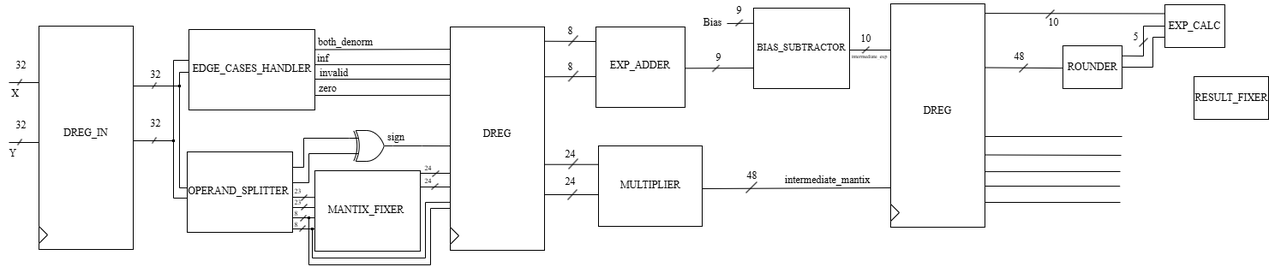
The draw.io diagram Full architecture.png in altomarigiulio/IEEE-754-Multiplier-Project, before a commit. Source tidied: cells renumbered, new cells last; positions are measured from the earlier drawing's top-left corner, leaving out a move shared by most shapes.
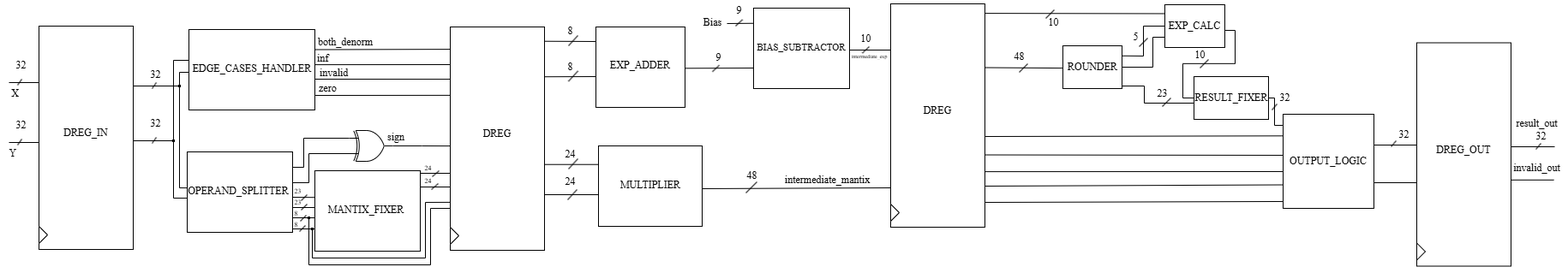
The same diagram one commit later.

What changed in the source:
```diff
@@ -526,34 +526,29 @@
     <mxCell id="117" value="&lt;font style=&quot;font-size: 6px;&quot; face=&quot;Latin Modern Roman&quot;&gt;intermediate_exp&lt;/font&gt;" style="text;html=1;align=center;verticalAlign=middle;strokeColor=none;fillColor=none;" parent="1" vertex="1">
       <mxGeometry x="979" y="50" width="70" height="30" as="geometry" />
     </mxCell>
-    <mxCell id="118" style="endArrow=none;html=1;rounded=0;exitX=1;exitY=0.25;exitDx=0;exitDy=0;" parent="1" edge="1">
+    <mxCell id="118" style="endArrow=none;html=1;rounded=0;exitX=1;exitY=0.25;exitDx=0;exitDy=0;entryX=0;entryY=0.436;entryDx=0;entryDy=0;entryPerimeter=0;" parent="1" edge="1" target="149">
       <mxGeometry relative="1" as="geometry">
         <mxPoint x="1149" y="181.5" as="sourcePoint" />
-        <mxPoint x="1308" y="182" as="targetPoint" />
       </mxGeometry>
     </mxCell>
-    <mxCell id="119" style="endArrow=none;html=1;rounded=0;entryX=0;entryY=0.149;entryDx=0;entryDy=0;entryPerimeter=0;" parent="1" edge="1">
+    <mxCell id="119" style="endArrow=none;html=1;rounded=0;entryX=0;entryY=0.609;entryDx=0;entryDy=0;entryPerimeter=0;" parent="1" edge="1" target="149">
       <mxGeometry relative="1" as="geometry">
         <mxPoint x="1149" y="201.1" as="sourcePoint" />
-        <mxPoint x="1307" y="201" as="targetPoint" />
       </mxGeometry>
     </mxCell>
-    <mxCell id="120" style="endArrow=none;html=1;rounded=0;entryX=-0.003;entryY=0.306;entryDx=0;entryDy=0;entryPerimeter=0;" parent="1" edge="1">
+    <mxCell id="120" style="endArrow=none;html=1;rounded=0;entryX=0;entryY=0.927;entryDx=0;entryDy=0;entryPerimeter=0;" parent="1" edge="1" target="149">
       <mxGeometry relative="1" as="geometry">
         <mxPoint x="1149" y="237" as="sourcePoint" />
-        <mxPoint x="1307" y="237" as="targetPoint" />
       </mxGeometry>
     </mxCell>
-    <mxCell id="121" style="endArrow=none;html=1;rounded=0;entryX=-0.003;entryY=0.211;entryDx=0;entryDy=0;entryPerimeter=0;" parent="1" edge="1">
+    <mxCell id="121" style="endArrow=none;html=1;rounded=0;entryX=0;entryY=0.75;entryDx=0;entryDy=0;" parent="1" edge="1" target="149">
       <mxGeometry relative="1" as="geometry">
         <mxPoint x="1149" y="218" as="sourcePoint" />
-        <mxPoint x="1306.7" y="218.1" as="targetPoint" />
       </mxGeometry>
     </mxCell>
-    <mxCell id="122" style="endArrow=none;html=1;rounded=0;exitX=1;exitY=0.25;exitDx=0;exitDy=0;" parent="1" edge="1">
+    <mxCell id="122" style="endArrow=none;html=1;rounded=0;exitX=1;exitY=0.25;exitDx=0;exitDy=0;entryX=0.003;entryY=0.23;entryDx=0;entryDy=0;entryPerimeter=0;" parent="1" edge="1" target="149">
       <mxGeometry relative="1" as="geometry">
         <mxPoint x="1149" y="160" as="sourcePoint" />
-        <mxPoint x="1309" y="160" as="targetPoint" />
       </mxGeometry>
     </mxCell>
     <mxCell id="123" style="endArrow=none;html=1;rounded=0;exitX=1;exitY=0.25;exitDx=0;exitDy=0;entryX=-0.006;entryY=0.522;entryDx=0;entryDy=0;entryPerimeter=0;" parent="1" edge="1" target="126">
@@ -628,5 +623,152 @@
     <mxCell id="138" value="&lt;font face=&quot;Latin Modern Roman&quot;&gt;RESULT_FIXER&lt;/font&gt;" style="text;html=1;align=center;verticalAlign=middle;whiteSpace=wrap;rounded=0;" parent="1" vertex="1">
       <mxGeometry x="1406.5" y="100" width="60" height="30" as="geometry" />
     </mxCell>
+    <mxCell id="139" style="endArrow=none;html=1;rounded=0;entryX=0.002;entryY=0.62;entryDx=0;entryDy=0;entryPerimeter=0;" parent="1" edge="1" target="137">
+      <mxGeometry relative="1" as="geometry">
+        <mxPoint x="1309" y="101" as="sourcePoint" />
+        <Array as="points">
+          <mxPoint x="1335" y="101" />
+          <mxPoint x="1335" y="121" />
+        </Array>
+      </mxGeometry>
+    </mxCell>
+    <mxCell id="140" style="endArrow=none;html=1;rounded=0;" parent="1" edge="1">
+      <mxGeometry relative="1" as="geometry">
+        <mxPoint x="1356" y="125" as="sourcePoint" />
+        <mxPoint x="1366" y="115" as="targetPoint" />
+      </mxGeometry>
+    </mxCell>
+    <mxCell id="141" value="&lt;font face=&quot;Latin Modern Roman&quot;&gt;23&lt;/font&gt;" style="text;html=1;align=center;verticalAlign=middle;strokeColor=none;fillColor=none;" parent="1" vertex="1">
+      <mxGeometry x="1341" y="97" width="30" height="26" as="geometry" />
+    </mxCell>
+    <mxCell id="142" style="endArrow=none;html=1;rounded=0;" parent="1" edge="1">
+      <mxGeometry relative="1" as="geometry">
+        <mxPoint x="1429" y="36" as="sourcePoint" />
+        <mxPoint x="1441" y="36" as="targetPoint" />
+      </mxGeometry>
+    </mxCell>
+    <mxCell id="143" style="endArrow=none;html=1;rounded=0;" parent="1" edge="1">
+      <mxGeometry relative="1" as="geometry">
+        <mxPoint x="1441" y="75" as="sourcePoint" />
+        <mxPoint x="1441" y="36" as="targetPoint" />
+      </mxGeometry>
+    </mxCell>
+    <mxCell id="144" style="endArrow=none;html=1;rounded=0;" parent="1" edge="1">
+      <mxGeometry relative="1" as="geometry">
+        <mxPoint x="1380" y="74.8" as="sourcePoint" />
+        <mxPoint x="1441" y="74.8" as="targetPoint" />
+      </mxGeometry>
+    </mxCell>
+    <mxCell id="145" style="endArrow=none;html=1;rounded=0;" parent="1" edge="1">
+      <mxGeometry relative="1" as="geometry">
+        <mxPoint x="1380" y="115" as="sourcePoint" />
+        <mxPoint x="1380" y="75" as="targetPoint" />
+      </mxGeometry>
+    </mxCell>
+    <mxCell id="146" style="endArrow=none;html=1;rounded=0;entryX=0;entryY=0.5;entryDx=0;entryDy=0;" parent="1" edge="1">
+      <mxGeometry relative="1" as="geometry">
+        <mxPoint x="1380" y="115" as="sourcePoint" />
+        <mxPoint x="1393" y="115" as="targetPoint" />
+      </mxGeometry>
+    </mxCell>
+    <mxCell id="147" style="endArrow=none;html=1;rounded=0;" parent="1" edge="1">
+      <mxGeometry relative="1" as="geometry">
+        <mxPoint x="1400" y="80" as="sourcePoint" />
+        <mxPoint x="1410" y="70" as="targetPoint" />
+      </mxGeometry>
+    </mxCell>
+    <mxCell id="148" value="&lt;font face=&quot;Latin Modern Roman&quot;&gt;10&lt;/font&gt;" style="text;html=1;align=center;verticalAlign=middle;strokeColor=none;fillColor=none;" parent="1" vertex="1">
+      <mxGeometry x="1385" y="52" width="30" height="26" as="geometry" />
+    </mxCell>
+    <mxCell id="149" style="rounded=0;whiteSpace=wrap;html=1;fontColor=#727272;labelBorderColor=#585858;" parent="1" vertex="1">
+      <mxGeometry x="1497" y="134" width="106" height="110" as="geometry" />
+    </mxCell>
+    <mxCell id="150" value="&lt;font face=&quot;Latin Modern Roman&quot;&gt;OUTPUT_LOGIC&lt;/font&gt;" style="text;html=1;align=center;verticalAlign=middle;whiteSpace=wrap;rounded=0;" parent="1" vertex="1">
+      <mxGeometry x="1520" y="174" width="60" height="30" as="geometry" />
+    </mxCell>
+    <mxCell id="151" style="endArrow=none;html=1;rounded=0;" parent="1" edge="1">
+      <mxGeometry relative="1" as="geometry">
+        <mxPoint x="1480" y="115" as="sourcePoint" />
+        <mxPoint x="1487" y="115" as="targetPoint" />
+      </mxGeometry>
+    </mxCell>
+    <mxCell id="152" style="endArrow=none;html=1;rounded=0;" parent="1" edge="1">
+      <mxGeometry relative="1" as="geometry">
+        <mxPoint x="1487" y="147" as="sourcePoint" />
+        <mxPoint x="1487" y="115" as="targetPoint" />
+      </mxGeometry>
+    </mxCell>
+    <mxCell id="153" style="endArrow=none;html=1;rounded=0;" parent="1" edge="1">
+      <mxGeometry relative="1" as="geometry">
+        <mxPoint x="1487" y="147" as="sourcePoint" />
+        <mxPoint x="1497" y="147" as="targetPoint" />
+      </mxGeometry>
+    </mxCell>
+    <mxCell id="154" style="endArrow=none;html=1;rounded=0;" parent="1" edge="1">
+      <mxGeometry relative="1" as="geometry">
+        <mxPoint x="1484" y="129" as="sourcePoint" />
+        <mxPoint x="1490" y="122" as="targetPoint" />
+      </mxGeometry>
+    </mxCell>
+    <mxCell id="155" value="&lt;font face=&quot;Latin Modern Roman&quot;&gt;32&lt;/font&gt;" style="text;html=1;align=center;verticalAlign=middle;strokeColor=none;fillColor=none;" parent="1" vertex="1">
+      <mxGeometry x="1484" y="102" width="30" height="26" as="geometry" />
+    </mxCell>
+    <mxCell id="156" style="endArrow=none;html=1;rounded=0;" parent="1" edge="1">
+      <mxGeometry relative="1" as="geometry">
+        <mxPoint x="1603" y="170" as="sourcePoint" />
+        <mxPoint x="1654" y="170" as="targetPoint" />
+      </mxGeometry>
+    </mxCell>
+    <mxCell id="157" style="endArrow=none;html=1;rounded=0;" parent="1" edge="1">
+      <mxGeometry relative="1" as="geometry">
+        <mxPoint x="1623" y="172" as="sourcePoint" />
+        <mxPoint x="1629" y="165" as="targetPoint" />
+      </mxGeometry>
+    </mxCell>
+    <mxCell id="158" value="&lt;font face=&quot;Latin Modern Roman&quot;&gt;32&lt;/font&gt;" style="text;html=1;align=center;verticalAlign=middle;strokeColor=none;fillColor=none;" parent="1" vertex="1">
+      <mxGeometry x="1623" y="145" width="30" height="26" as="geometry" />
+    </mxCell>
+    <mxCell id="159" style="endArrow=none;html=1;rounded=0;" parent="1" edge="1">
+      <mxGeometry relative="1" as="geometry">
+        <mxPoint x="1603" y="214" as="sourcePoint" />
+        <mxPoint x="1653" y="214" as="targetPoint" />
+      </mxGeometry>
+    </mxCell>
+    <mxCell id="160" style="rounded=0;whiteSpace=wrap;html=1;fontColor=#727272;labelBorderColor=#585858;" parent="1" vertex="1">
+      <mxGeometry x="1653" y="50.5" width="110" height="261" as="geometry" />
+    </mxCell>
+    <mxCell id="161" style="triangle;whiteSpace=wrap;html=1;" parent="1" vertex="1">
+      <mxGeometry x="1653" y="284.5" width="10" height="20" as="geometry" />
+    </mxCell>
+    <mxCell id="162" value="DREG_OUT" style="text;strokeColor=none;align=center;fillColor=none;html=1;verticalAlign=middle;whiteSpace=wrap;rounded=0;fontFamily=Latin Modern Roman;" parent="1" vertex="1">
+      <mxGeometry x="1678" y="160.5" width="60" height="30" as="geometry" />
+    </mxCell>
+    <mxCell id="163" style="endArrow=none;html=1;rounded=0;" parent="1" edge="1">
+      <mxGeometry relative="1" as="geometry">
+        <mxPoint x="1763" y="172" as="sourcePoint" />
+        <mxPoint x="1814" y="172" as="targetPoint" />
+      </mxGeometry>
+    </mxCell>
+    <mxCell id="164" value="&lt;font face=&quot;Latin Modern Roman&quot;&gt;32&lt;/font&gt;" style="text;html=1;align=center;verticalAlign=middle;strokeColor=none;fillColor=none;" parent="1" vertex="1">
+      <mxGeometry x="1783" y="147" width="30" height="26" as="geometry" />
+    </mxCell>
+    <mxCell id="165" style="endArrow=none;html=1;rounded=0;" parent="1" edge="1">
+      <mxGeometry relative="1" as="geometry">
+        <mxPoint x="1792" y="175" as="sourcePoint" />
+        <mxPoint x="1798" y="168" as="targetPoint" />
+      </mxGeometry>
+    </mxCell>
+    <mxCell id="166" style="endArrow=none;html=1;rounded=0;" parent="1" edge="1">
+      <mxGeometry relative="1" as="geometry">
+        <mxPoint x="1763" y="210.8" as="sourcePoint" />
+        <mxPoint x="1813" y="210.8" as="targetPoint" />
+      </mxGeometry>
+    </mxCell>
+    <mxCell id="167" value="&lt;font face=&quot;Latin Modern Roman&quot;&gt;result_out&lt;/font&gt;" style="text;html=1;align=center;verticalAlign=middle;strokeColor=none;fillColor=none;" parent="1" vertex="1">
+      <mxGeometry x="1760" y="132" width="66" height="26" as="geometry" />
+    </mxCell>
+    <mxCell id="168" value="&lt;font face=&quot;Latin Modern Roman&quot;&gt;invalid_out&lt;/font&gt;" style="text;html=1;align=center;verticalAlign=middle;strokeColor=none;fillColor=none;" parent="1" vertex="1">
+      <mxGeometry x="1756.5" y="184" width="73" height="26" as="geometry" />
+    </mxCell>
   </root>
 </mxGraphModel>
```
